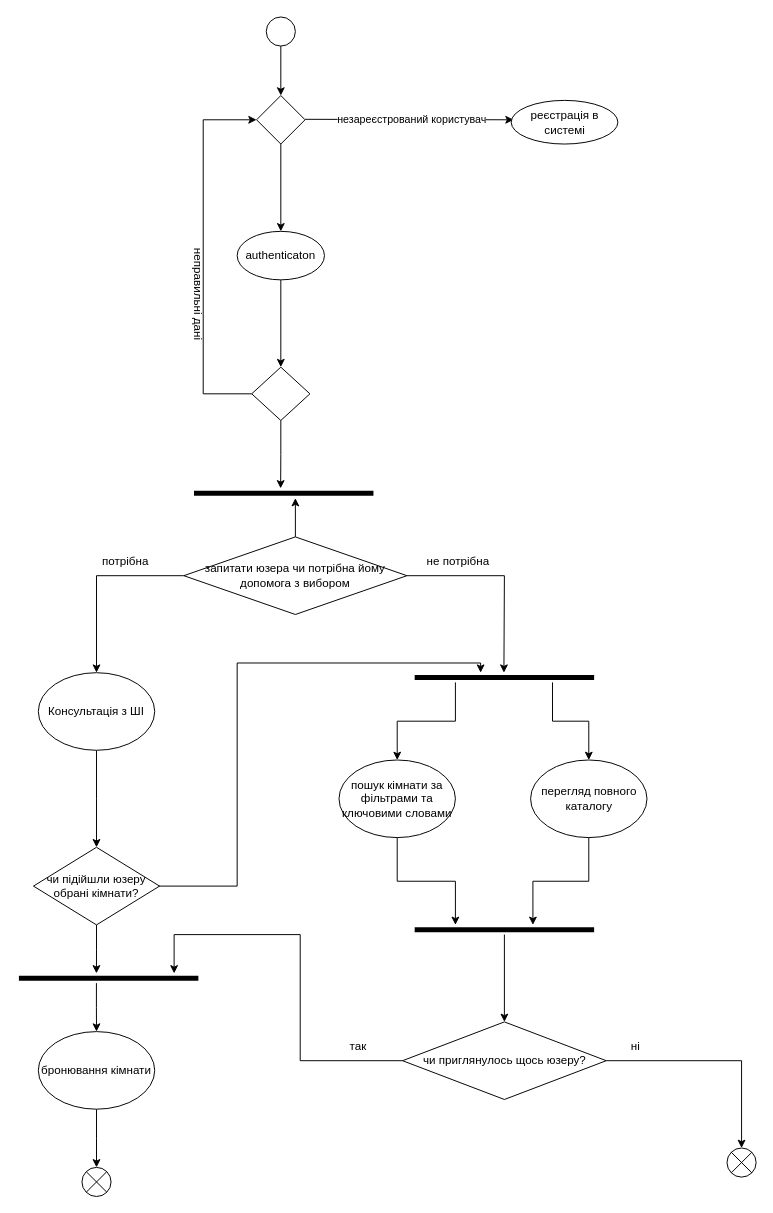
Before: activity diagram user.drawio in Maksym-Perehinets/TSPP, a draw.io diagram. Source tidied: cells renumbered, new cells numbered last; positions are measured from the earlier drawing's top-left corner, leaving out a move shared by most shapes. Both pictures are drawn from the tidied source at 97%, with x=0, y=0 at pixel (18, 16).
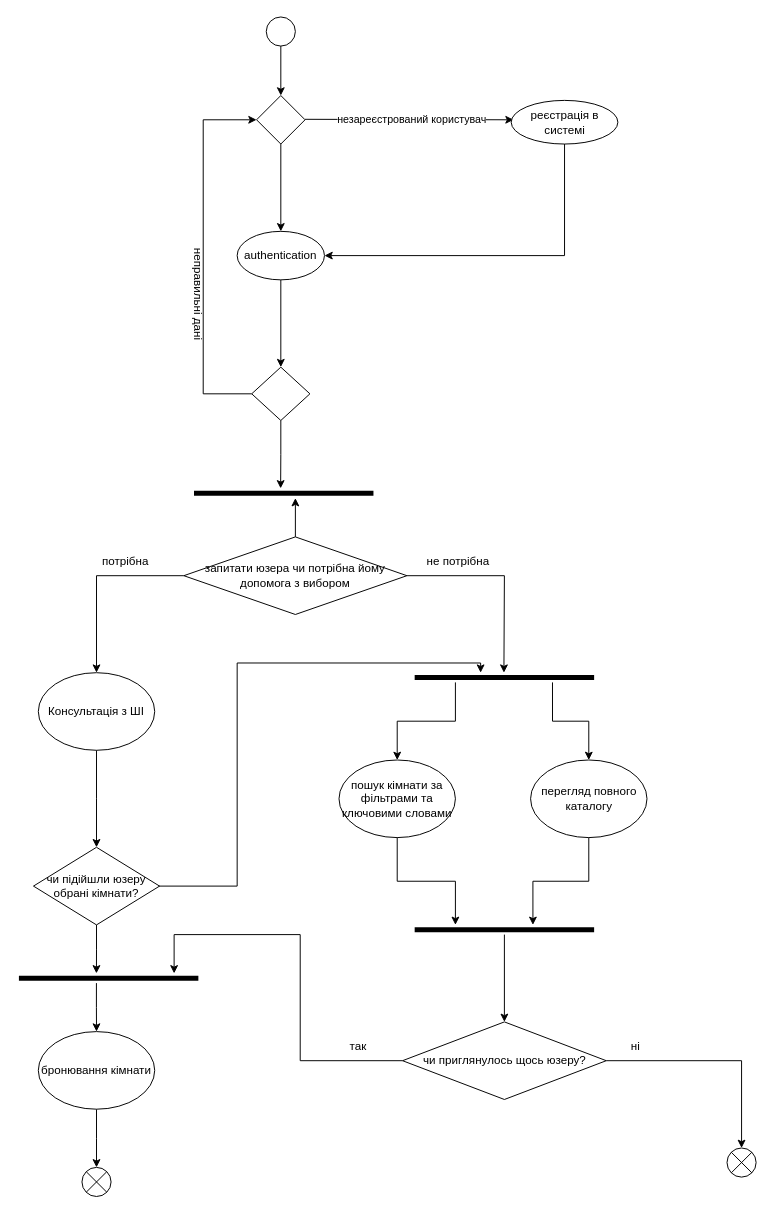
Above is the later version.

Unchanged cells that the change refers to:
```xml
<mxCell id="40" value="реєстрація в системі" style="ellipse;whiteSpace=wrap;html=1;" parent="1" vertex="1">
  <mxGeometry x="507.5" y="86" width="110" height="45" as="geometry" />
</mxCell>
```

Change to the diagram source:
```diff
@@
+    <mxCell id="47" style="edgeStyle=orthogonalEdgeStyle;rounded=0;jettySize=auto;html=1;entryX=1;entryY=0.5;entryDx=0;entryDy=0;" parent="1" edge="1" source="40" target="42">
+      <mxGeometry relative="1" as="geometry">
+        <Array as="points">
+          <mxPoint x="563" y="246" />
+        </Array>
+      </mxGeometry>
+    </mxCell>
@@
-    <mxCell id="42" value="authenticaton" style="ellipse;whiteSpace=wrap;html=1;" parent="1" vertex="1">
+    <mxCell id="42" value="authentication" style="ellipse;whiteSpace=wrap;html=1;" parent="1" vertex="1">
       <mxGeometry x="225" y="221" width="90" height="50" as="geometry" />
     </mxCell>
```
